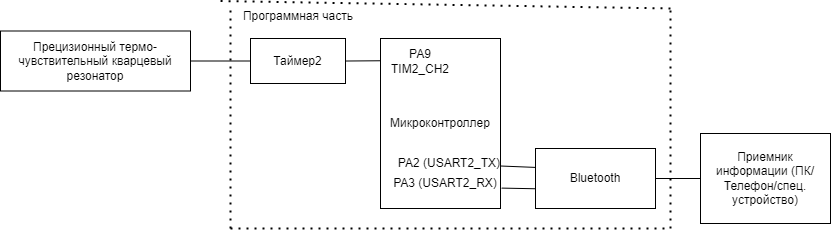
The draw.io diagram DOC/images/Structura.png in Luda-Seliv-KE-413/Kursovoy, before a commit. Source tidied: cells renumbered, new cells last; positions are measured from the earlier drawing's top-left corner, leaving out a move shared by most shapes.
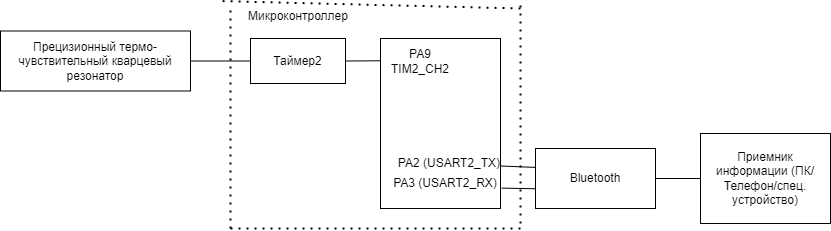
The same file after the commit.

Diff of the diagram source:
```diff
@@ -2,7 +2,7 @@
   <root>
     <mxCell id="0" />
     <mxCell id="1" parent="0" />
-    <mxCell id="2" value="Микроконтроллер" style="rounded=0;whiteSpace=wrap;html=1;" parent="1" vertex="1">
+    <mxCell id="2" style="rounded=0;whiteSpace=wrap;html=1;" parent="1" vertex="1">
       <mxGeometry x="380" y="38" width="120" height="170" as="geometry" />
     </mxCell>
     <mxCell id="3" value="Bluetooth" style="rounded=0;whiteSpace=wrap;html=1;" parent="1" vertex="1">
@@ -20,12 +20,12 @@
     <mxCell id="7" style="endArrow=none;html=1;rounded=0;exitX=1;exitY=0.5;exitDx=0;exitDy=0;entryX=0;entryY=0.5;entryDx=0;entryDy=0;" parent="1" edge="1" source="4" target="17">
       <mxGeometry relative="1" as="geometry" />
     </mxCell>
-    <mxCell id="8" value="Программная часть" style="text;html=1;align=center;verticalAlign=middle;whiteSpace=wrap;rounded=0;" parent="1" vertex="1">
+    <mxCell id="8" value="Микроконтроллер" style="text;html=1;align=center;verticalAlign=middle;whiteSpace=wrap;rounded=0;" parent="1" vertex="1">
       <mxGeometry x="217.5" y="0.5" width="160" height="30" as="geometry" />
     </mxCell>
     <mxCell id="9" style="endArrow=none;dashed=1;html=1;dashPattern=1 3;strokeWidth=2;rounded=0;entryX=0;entryY=0;entryDx=0;entryDy=0;" parent="1" edge="1" target="8">
       <mxGeometry relative="1" as="geometry">
-        <mxPoint x="670" y="8" as="sourcePoint" />
+        <mxPoint x="520" y="8" as="sourcePoint" />
       </mxGeometry>
     </mxCell>
     <mxCell id="10" style="endArrow=none;dashed=1;html=1;dashPattern=1 3;strokeWidth=2;rounded=0;" parent="1" edge="1">
@@ -40,13 +40,13 @@
     <mxCell id="11" style="endArrow=none;dashed=1;html=1;dashPattern=1 3;strokeWidth=2;rounded=0;" parent="1" edge="1">
       <mxGeometry relative="1" as="geometry">
         <mxPoint x="230" y="228" as="sourcePoint" />
-        <mxPoint x="670" y="228" as="targetPoint" />
+        <mxPoint x="520" y="228" as="targetPoint" />
       </mxGeometry>
     </mxCell>
     <mxCell id="12" style="endArrow=none;dashed=1;html=1;dashPattern=1 3;strokeWidth=2;rounded=0;" parent="1" edge="1">
       <mxGeometry relative="1" as="geometry">
-        <mxPoint x="670" y="228" as="sourcePoint" />
-        <mxPoint x="670" y="8" as="targetPoint" />
+        <mxPoint x="520" y="223" as="sourcePoint" />
+        <mxPoint x="520" y="3" as="targetPoint" />
       </mxGeometry>
     </mxCell>
     <mxCell id="13" style="endArrow=none;html=1;rounded=0;exitX=1.01;exitY=0.88;exitDx=0;exitDy=0;exitPerimeter=0;entryX=0.003;entryY=0.671;entryDx=0;entryDy=0;entryPerimeter=0;" parent="1" edge="1" source="2" target="3">
```
